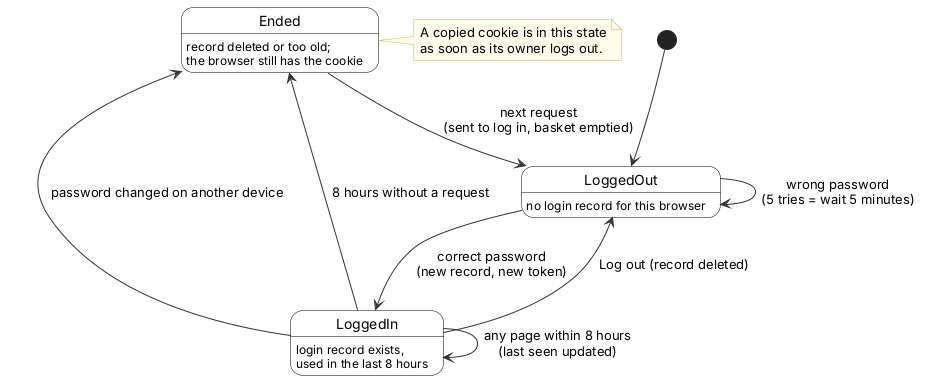
Before: diagrams/uml/24_state_login.png, a diagram exported from PlantUML (JmlAsync/inventory-pos-system).
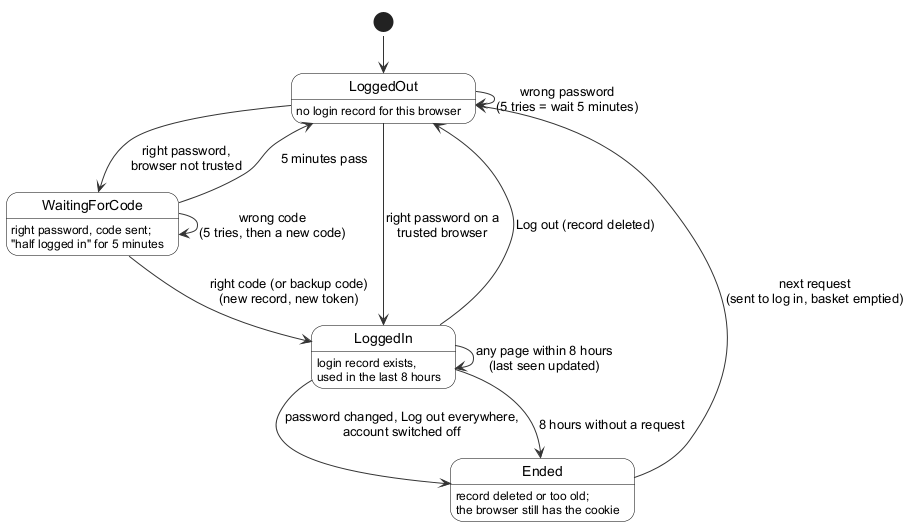
The same file after the commit.

What changed in the source:
```diff
@@ -1,4 +1,5 @@
 @startuml
+!pragma layout smetana
 skinparam defaultFontName Arial
 skinparam shadowing false
 skinparam ArrowColor #333333
@@ -39,17 +40,18 @@
 
 [*] --> LoggedOut
 LoggedOut : no login record for this browser
+WaitingForCode : right password, code sent;\n"half logged in" for 5 minutes
 LoggedIn : login record exists,\nused in the last 8 hours
 Ended : record deleted or too old;\nthe browser still has the cookie
-LoggedOut --> LoggedIn : correct password\n(new record, new token)
 LoggedOut --> LoggedOut : wrong password\n(5 tries = wait 5 minutes)
+LoggedOut --> LoggedIn : right password on a\ntrusted browser
+LoggedOut --> WaitingForCode : right password,\nbrowser not trusted
+WaitingForCode --> LoggedIn : right code (or backup code)\n(new record, new token)
+WaitingForCode --> WaitingForCode : wrong code\n(5 tries, then a new code)
+WaitingForCode --> LoggedOut : 5 minutes pass
 LoggedIn --> LoggedIn : any page within 8 hours\n(last seen updated)
 LoggedIn --> LoggedOut : Log out (record deleted)
-LoggedIn --> Ended : password changed on another device
+LoggedIn --> Ended : password changed, Log out everywhere,\naccount switched off
 LoggedIn --> Ended : 8 hours without a request
 Ended --> LoggedOut : next request\n(sent to log in, basket emptied)
-note right of Ended
-  A copied cookie is in this state
-  as soon as its owner logs out.
-end note
 @enduml
```
